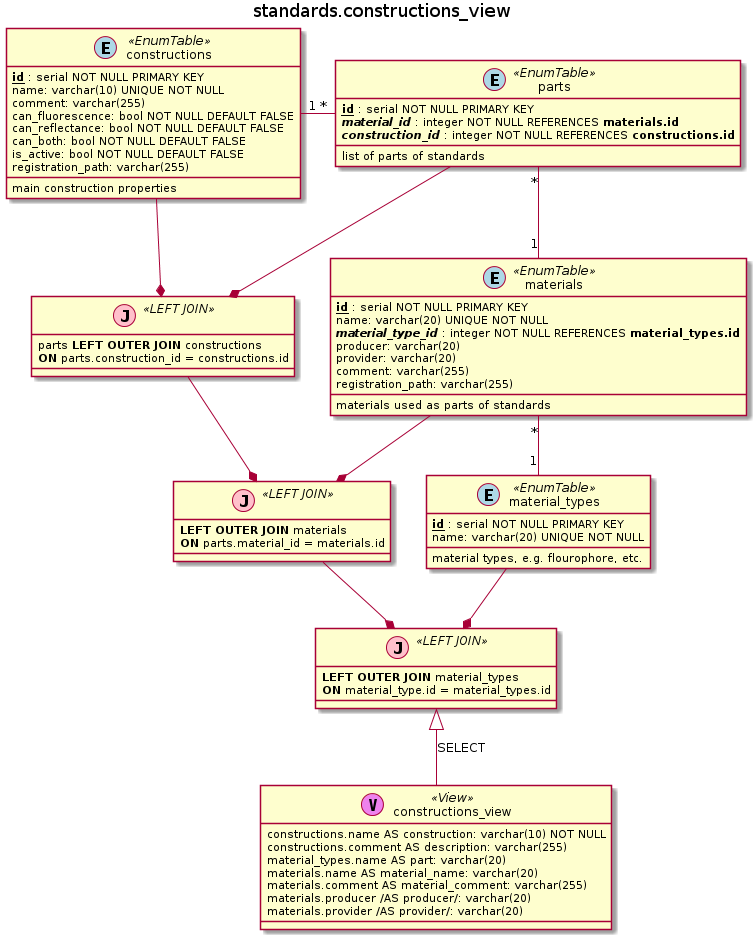
Earlier version of the PlantUML export database_example/standards_constructions_view.png (FooBarShebang/plant_uml).
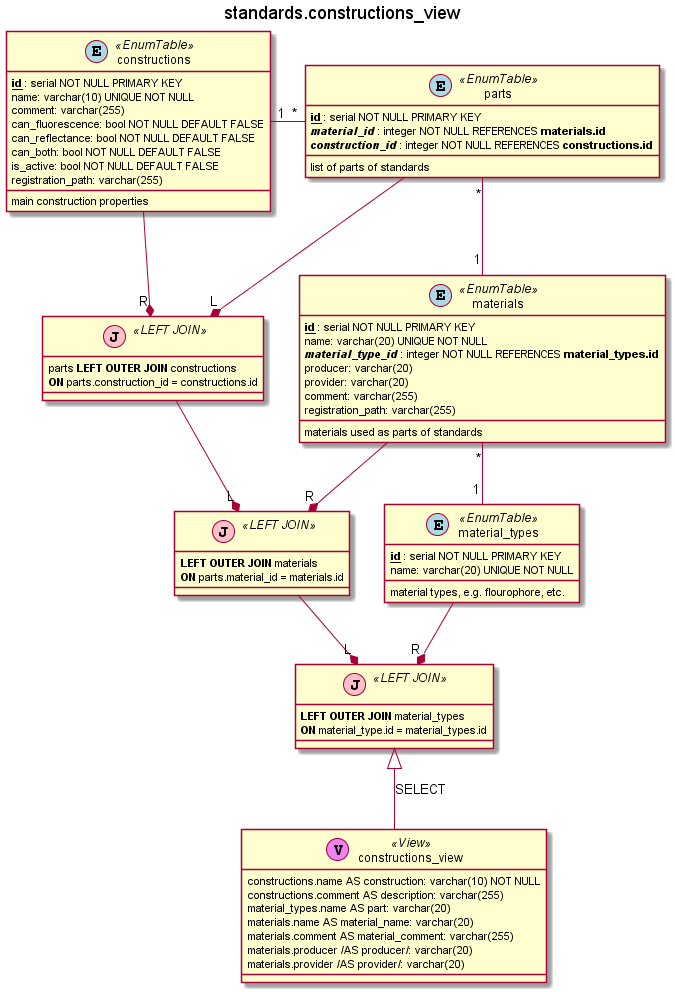
The same file after the commit.

What changed in the source:
```diff
@@ -21,10 +21,19 @@
 
 
 
+
+
+
+
+
+
+
+
+
 class parts <<(E, lightblue) EnumTable>> {
     {field} <u><b>id</b></u> : serial NOT NULL PRIMARY KEY
-    {field} <i><b>material_id</b></i> : integer NOT NULL REFERENCES <b>materials.id</b>
-    {field} <i><b>construction_id</b></i> : integer NOT NULL REFERENCES <b>constructions.id</b>
+    {field} {field} <i><b>material_id</b></i> : integer NOT NULL REFERENCES <b>materials.id</b>
+    {field} {field} <i><b>construction_id</b></i> : integer NOT NULL REFERENCES <b>constructions.id</b>
         {method} list of parts of standards
 }
 
@@ -74,27 +83,27 @@
     {field} <b>ON</b> parts.construction_id = constructions.id
 }
 
-parts --* j1
+parts --* "L" j1
 
-constructions --* j1
+constructions --* "R" j1
 
 class " " as j2 <<(J, pink) LEFT JOIN>> {
     {field}  <b>LEFT OUTER JOIN</b> materials
     {field} <b>ON</b> parts.material_id = materials.id
 }
 
-j1 --* j2
+j1 --* "L" j2
 
-materials --* j2
+materials --* "R" j2
 
 class " " as j3 <<(J, pink) LEFT JOIN>> {
     {field}  <b>LEFT OUTER JOIN</b> material_types
     {field} <b>ON</b> material_type.id = material_types.id
 }
 
-j2 --* j3
+j2 --* "L" j3
 
-material_types --* j3
+material_types --* "R" j3
 
 class constructions_view <<(V, violet) View>> {
     {field} constructions.name AS construction: varchar(10) NOT NULL
```
